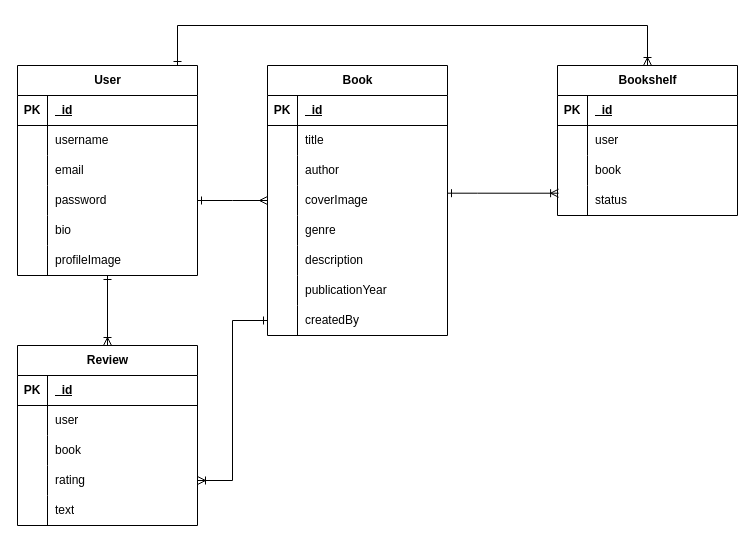
The draw.io diagram docs/waraq.drawio in fatema-maitham/waraq, before the edit. Source tidied: cells renumbered, new cells numbered last; positions are measured from the earlier drawing's top-left corner, leaving out a move shared by most shapes. Both pictures are drawn from the tidied source at 100%, with x=0, y=0 at pixel (17, 25).
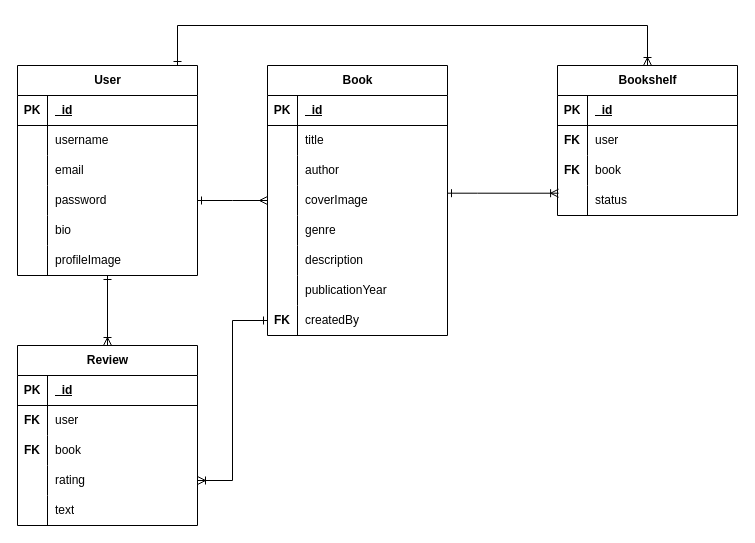
Above is the later version.

Commit message (it also covers changes not shown here):
add fk word in erd

Diff of the diagram source:
```diff
@@
-    <mxCell id="48" value="Bookshelf" style="shape=table;startSize=30;childLayout=tableLayout;rowLines=0;fontStyle=1;align=center;html=1;labelBackgroundColor=default;swimlaneFillColor=none;" parent="1" vertex="1">
+    <mxCell id="48" value="Bookshelf" style="shape=table;startSize=30;childLayout=tableLayout;rowLines=0;fontStyle=1;align=center;html=1;labelBackgroundColor=default;swimlaneFillColor=none;fillColor=default;strokeColor=default;gradientColor=none;" parent="1" vertex="1">
       <mxGeometry x="540" y="40" width="180" height="150" as="geometry" />
     </mxCell>
@@
+    <mxCell id="80" value="FK" style="shape=partialRectangle;fillColor=none;top=0;left=0;bottom=0;right=0;fontStyle=1;overflow=hidden;whiteSpace=wrap;html=1;" parent="1" vertex="1">
+      <mxGeometry x="250" y="280" width="30" height="30" as="geometry" />
+    </mxCell>
+    <mxCell id="81" value="FK" style="shape=partialRectangle;fillColor=none;top=0;left=0;bottom=0;right=0;fontStyle=1;overflow=hidden;whiteSpace=wrap;html=1;" parent="1" vertex="1">
+      <mxGeometry y="380" width="30" height="30" as="geometry" />
+    </mxCell>
+    <mxCell id="82" value="FK" style="shape=partialRectangle;fillColor=none;top=0;left=0;bottom=0;right=0;fontStyle=1;overflow=hidden;whiteSpace=wrap;html=1;" parent="1" vertex="1">
+      <mxGeometry y="410" width="30" height="30" as="geometry" />
+    </mxCell>
+    <mxCell id="83" value="FK" style="shape=partialRectangle;fillColor=none;top=0;left=0;bottom=0;right=0;fontStyle=1;overflow=hidden;whiteSpace=wrap;html=1;" parent="1" vertex="1">
+      <mxGeometry x="540" y="100" width="30" height="30" as="geometry" />
+    </mxCell>
+    <mxCell id="84" value="FK" style="shape=partialRectangle;fillColor=none;top=0;left=0;bottom=0;right=0;fontStyle=1;overflow=hidden;whiteSpace=wrap;html=1;" parent="1" vertex="1">
+      <mxGeometry x="540" y="130" width="30" height="30" as="geometry" />
+    </mxCell>
```
